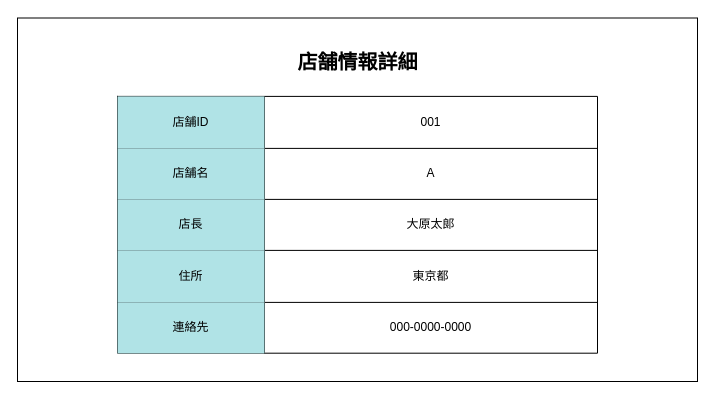
The draw.io diagram page "S13-02 店舗情報詳細" (2 of 2) of 各種設計書/6.画面設計書/S13_店舗参照.drawio in HaruShim/Sotuken, before the edit. Source tidied: cells renumbered, new cells numbered last; positions are measured from the earlier drawing's top-left corner, leaving out a move shared by most shapes. Both pictures are drawn from the tidied source at 100%, with x=0, y=0 at pixel (17, 17). Pictures stored in the file or linked from it are replaced by grey dashed boxes.
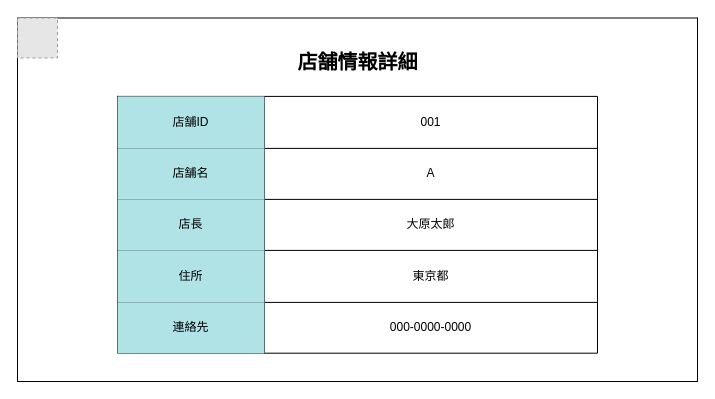
After the change.

Change to the diagram source:
```diff
@@
+    <mxCell id="20" style="fillColor=#E6E6E6;strokeColor=#999999;dashed=1;html=1;verticalAlign=top;verticalLabelPosition=bottom;labelBackgroundColor=#ffffff;" parent="1" vertex="1">
+      <mxGeometry y="0.5" width="40" height="40" as="geometry" />
+    </mxCell>
```
